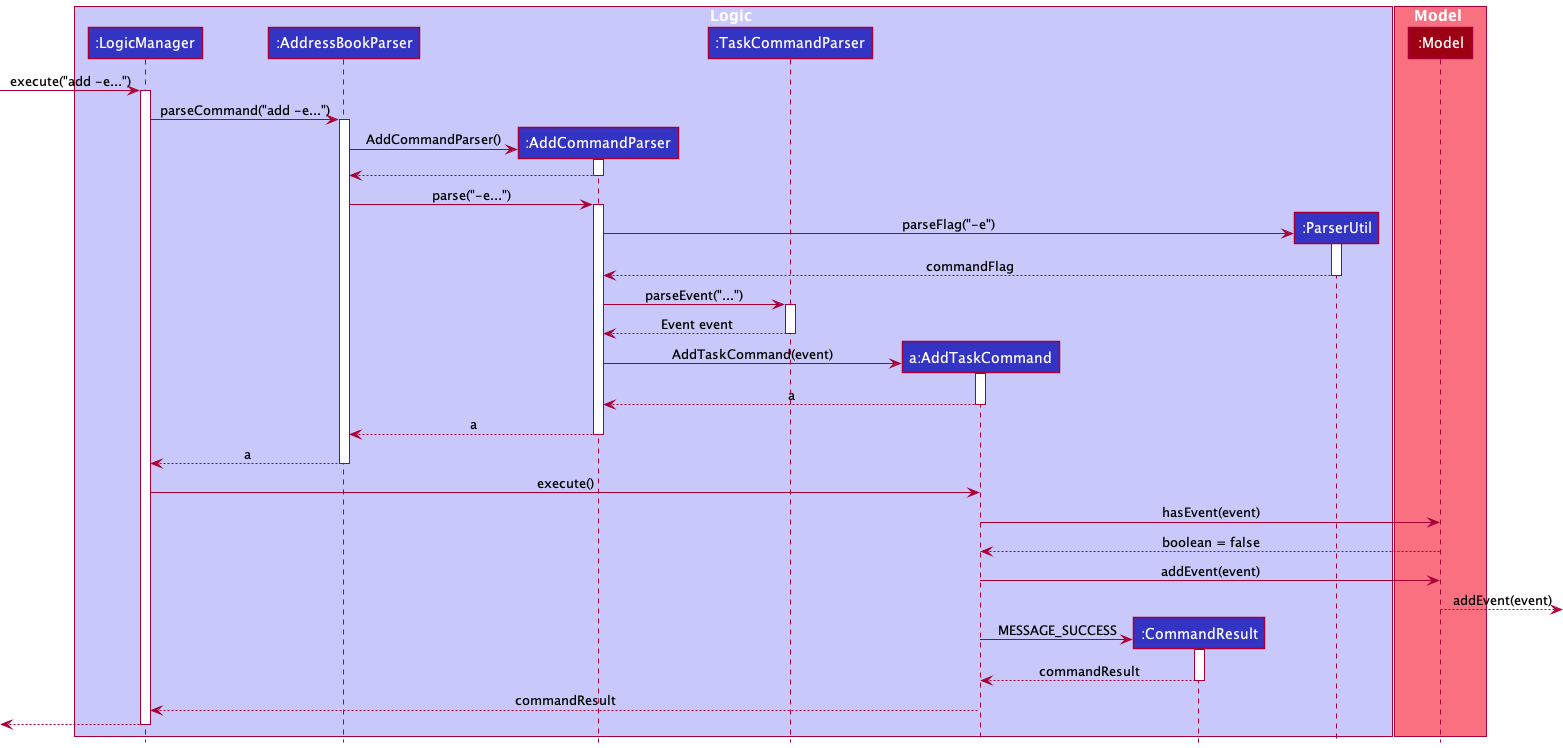
This is docs/images/AddTaskSequenceDiagram.png from wireseo/tp, a PlantUML export, as it was before one commit.
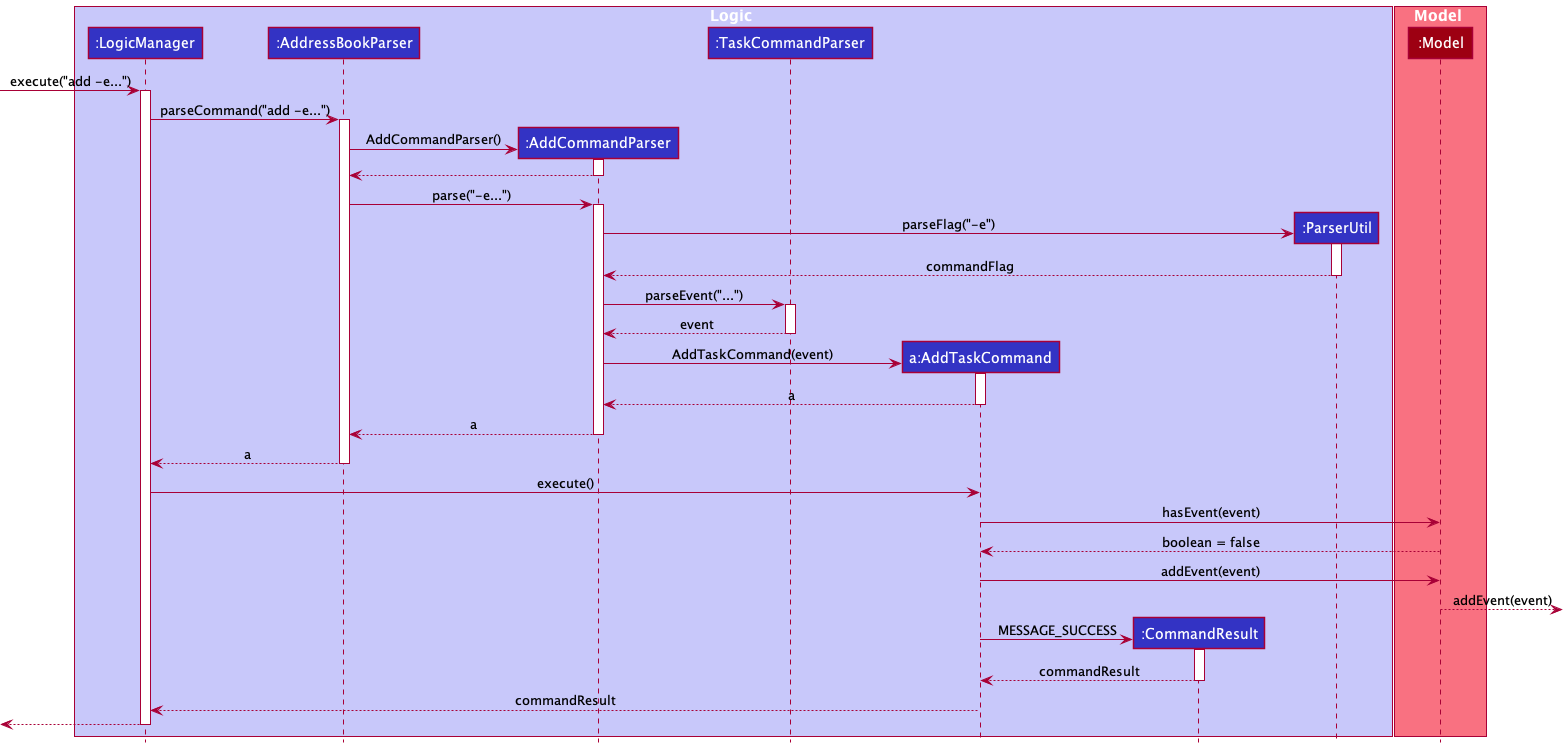
After the commit.

Commit message:
update addtask diagram

The edit, as a diff of the source:
```diff
@@ -41,7 +41,7 @@
 AddCommandParser -> TaskCommandParser : parseEvent("...")
 activate TaskCommandParser
 
-TaskCommandParser --> AddCommandParser : Event event
+TaskCommandParser --> AddCommandParser : event
 deactivate TaskCommandParser
 
 create AddTaskCommand
```
